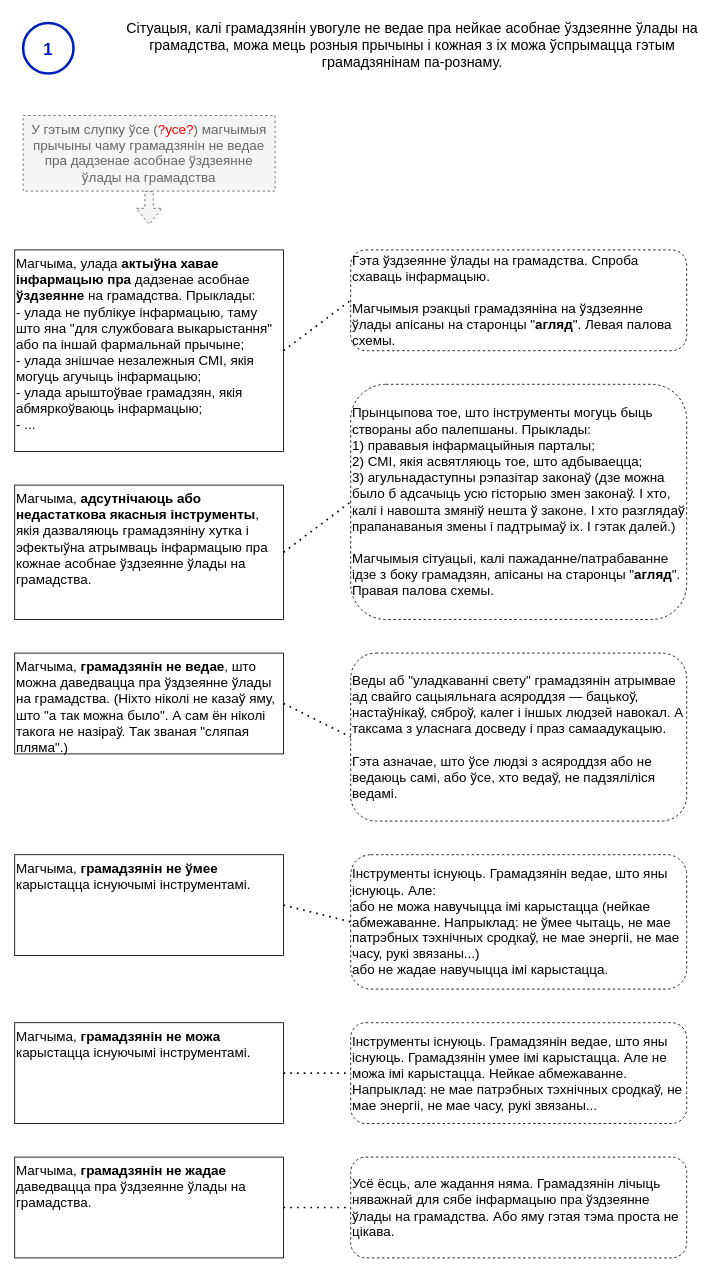
Before: page "нататка-1" (2 of 3) of current-reality-tree/Дрэва цяперашняй рэальнасці.drawio in mshurkaeu-public/i-care.by, a draw.io diagram. Source tidied: cells renumbered, new cells numbered last; positions are measured from the earlier drawing's top-left corner, leaving out a move shared by most shapes. Both pictures are drawn from the tidied source at 84%, with x=0, y=0 at pixel (14, 14).
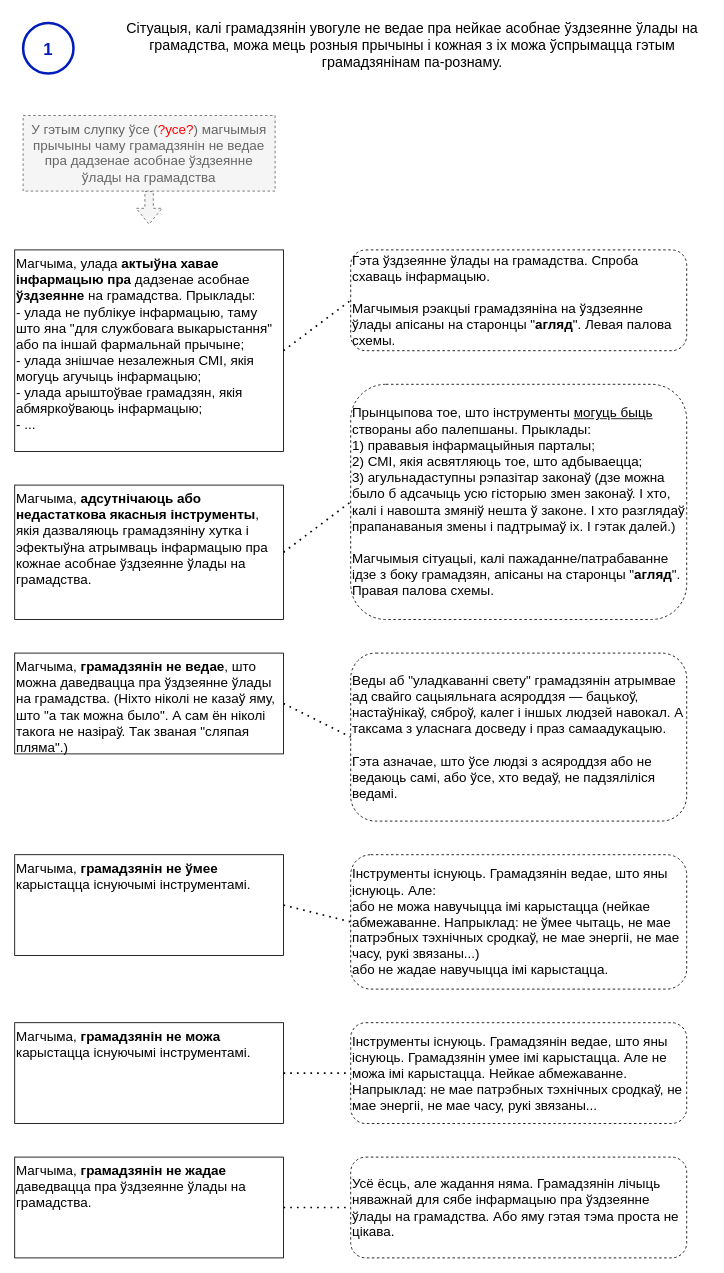
After the change.

The edit, as a diff of the source:
```diff
@@
-    <mxCell id="9" value="&lt;span&gt;Прынцыпова тое, што інструменты могуць быць створаны або палепшаны. Прыклады:&lt;br&gt;1) прававыя інфармацыйныя парталы;&lt;br&gt;2) СМІ, якія асвятляюць тое, што адбываецца;&lt;br&gt;3) &lt;/span&gt;агульнадаступны рэпазітар законаў (дзе можна было б адсачыць усю гісторыю змен законаў. І хто, калі і навошта змяніў нешта ў законе. І хто разглядаў прапанаваныя змены і падтрымаў іх. І гэтак далей.)&lt;br&gt;&lt;br&gt;Магчымыя сітуацыі, калі пажаданне/патрабаванне ідзе з боку грамадзян, апісаны на старонцы &quot;&lt;b&gt;агляд&lt;/b&gt;&quot;. Правая палова схемы." style="text;html=1;align=left;verticalAlign=middle;whiteSpace=wrap;rounded=1;fontSize=16;strokeColor=default;fontStyle=0;dashed=1;rotation=0;" parent="1" vertex="1">
+    <mxCell id="9" value="&lt;span&gt;Прынцыпова тое, што інструменты &lt;u&gt;могуць быць&lt;/u&gt; створаны або палепшаны. Прыклады:&lt;br&gt;1) прававыя інфармацыйныя парталы;&lt;br&gt;2) СМІ, якія асвятляюць тое, што адбываецца;&lt;br&gt;3) &lt;/span&gt;агульнадаступны рэпазітар законаў (дзе можна было б адсачыць усю гісторыю змен законаў. І хто, калі і навошта змяніў нешта ў законе. І хто разглядаў прапанаваныя змены і падтрымаў іх. І гэтак далей.)&lt;br&gt;&lt;br&gt;Магчымыя сітуацыі, калі пажаданне/патрабаванне ідзе з боку грамадзян, апісаны на старонцы &quot;&lt;b&gt;агляд&lt;/b&gt;&quot;. Правая палова схемы." style="text;html=1;align=left;verticalAlign=middle;whiteSpace=wrap;rounded=1;fontSize=16;strokeColor=default;fontStyle=0;dashed=1;rotation=0;" parent="1" vertex="1">
       <mxGeometry x="400" y="440" width="400" height="280" as="geometry" />
     </mxCell>
```
